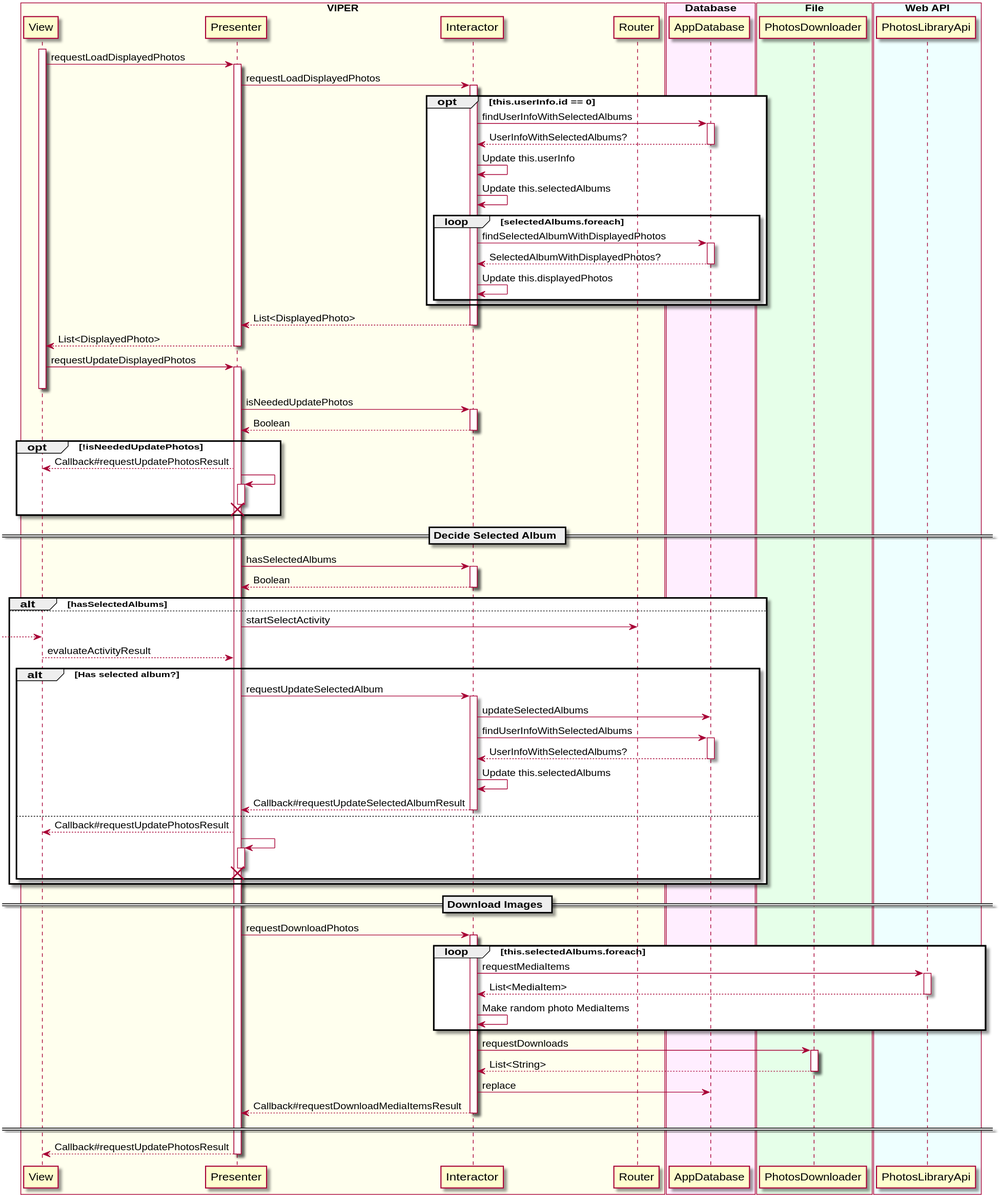
sallyluenoa/PhotoSlideShow keeps this PlantUML diagram as uml/main/sequence_diagram_main_bk.svg. Above is the earlier version.
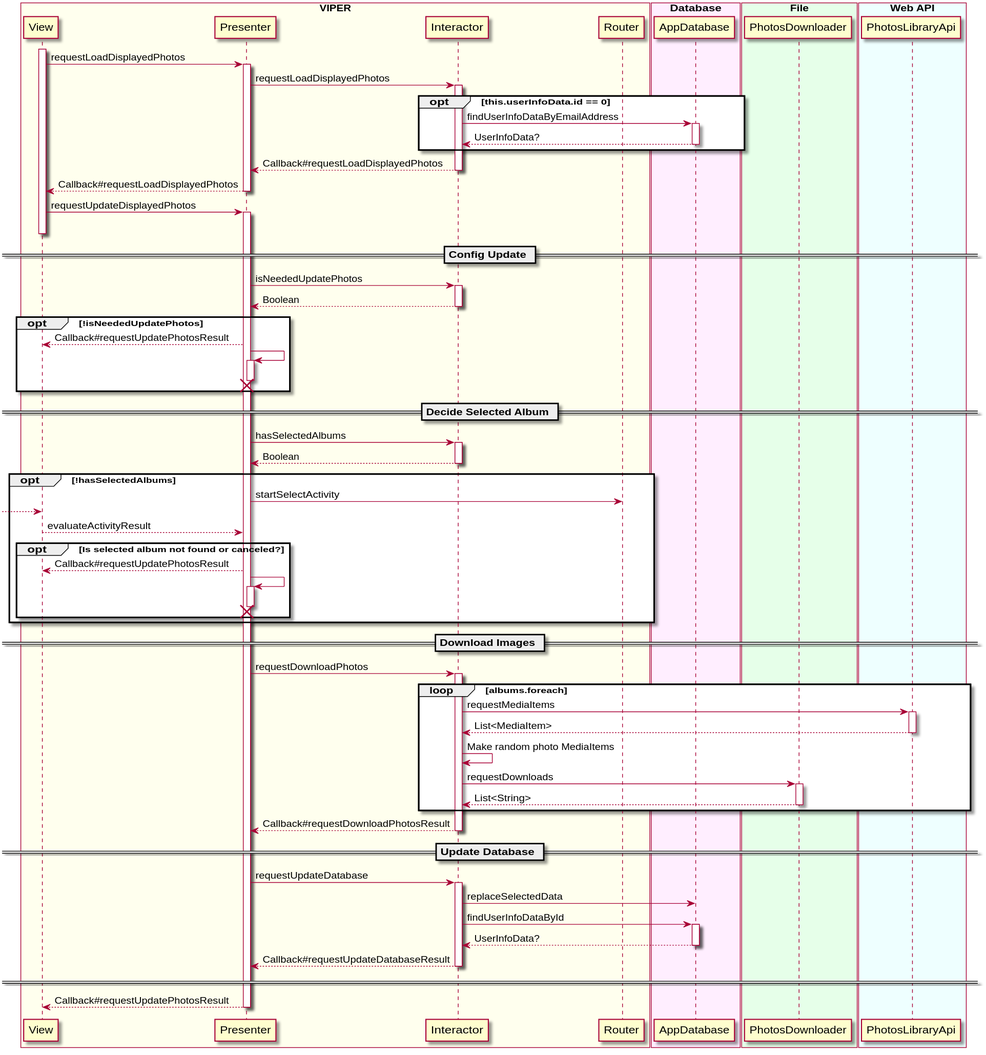
Later version of the same file.

Diff of the diagram source:
```diff
@@ -22,24 +22,18 @@
 View -> Presenter++: requestLoadDisplayedPhotos
   Presenter -> Interactor++: requestLoadDisplayedPhotos
 
-  opt this.userInfo.id == 0
-    Interactor -> AppDatabase++: findUserInfoWithSelectedAlbums
-    return UserInfoWithSelectedAlbums?
-    Interactor -> Interactor: Update this.userInfo
-    Interactor -> Interactor: Update this.selectedAlbums
-
-    loop selectedAlbums.foreach
-      Interactor -> AppDatabase++: findSelectedAlbumWithDisplayedPhotos
-      return SelectedAlbumWithDisplayedPhotos?
-      Interactor -> Interactor: Update this.displayedPhotos
-    end
+  opt this.userInfoData.id == 0
+    Interactor -> AppDatabase++: findUserInfoDataByEmailAddress
+    return UserInfoData?
   end
 
-  return List<DisplayedPhoto>
-return List<DisplayedPhoto>
+  return Callback#requestLoadDisplayedPhotos
+return Callback#requestLoadDisplayedPhotos
 
 View -> Presenter++: requestUpdateDisplayedPhotos
 View--
+
+== Config Update ==
 
 Presenter -> Interactor++: isNeededUpdatePhotos
 return Boolean
@@ -55,23 +49,12 @@
 Presenter -> Interactor++: hasSelectedAlbums
 return Boolean
 
-alt hasSelectedAlbums
-
-
-
-else
+opt !hasSelectedAlbums
   Presenter -> Router: startSelectActivity
   [--> View
   View --> Presenter: evaluateActivityResult
 
-  alt Has selected album?
-    Presenter -> Interactor++: requestUpdateSelectedAlbum
-      Interactor -> AppDatabase: updateSelectedAlbums
-      Interactor -> AppDatabase++: findUserInfoWithSelectedAlbums
-      return UserInfoWithSelectedAlbums?
-      Interactor -> Interactor: Update this.selectedAlbums
-    return Callback#requestUpdateSelectedAlbumResult
-  else
+  opt Is selected album not found or canceled?
     View <-- Presenter: Callback#requestUpdatePhotosResult
     Presenter -> Presenter++
     destroy Presenter
@@ -82,18 +65,25 @@
 
 Presenter -> Interactor++: requestDownloadPhotos
 
-  loop this.selectedAlbums.foreach
+  loop albums.foreach
     Interactor -> PhotosLibraryApi++: requestMediaItems
     return List<MediaItem>
+
     Interactor -> Interactor: Make random photo MediaItems
+
+    Interactor -> PhotosDownloader++: requestDownloads
+    return List<String>
   end
 
-  Interactor -> PhotosDownloader++: requestDownloads
-  return List<String>
+return Callback#requestDownloadPhotosResult
 
-  Interactor -> AppDatabase: replace
+== Update Database ==
 
-Presenter <-- Interactor--: Callback#requestDownloadMediaItemsResult
+Presenter -> Interactor++: requestUpdateDatabase
+  Interactor -> AppDatabase: replaceSelectedData
+  Interactor -> AppDatabase++: findUserInfoDataById
+  return UserInfoData?
+return Callback#requestUpdateDatabaseResult
 
 ====
 
```
